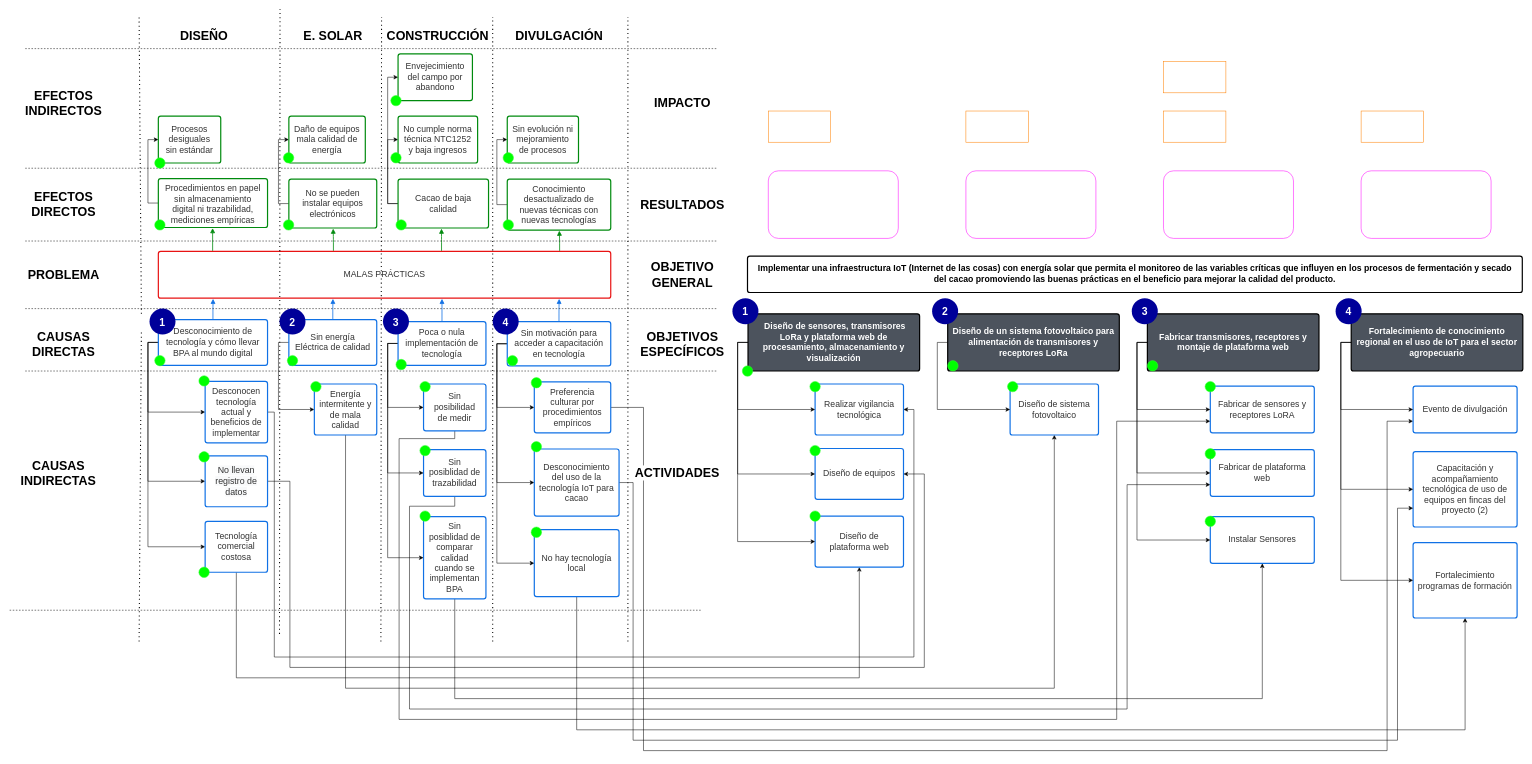
Before: page "Arbol de problemas" (1 of 2) of Diagrama sin título.drawio in LeonDV/documentacion, a draw.io diagram. Source tidied: cells renumbered, new cells numbered last; positions are measured from the earlier drawing's top-left corner, leaving out a move shared by most shapes. Both pictures are drawn from the tidied source at 52%, with x=0, y=0 at pixel (9, 9).
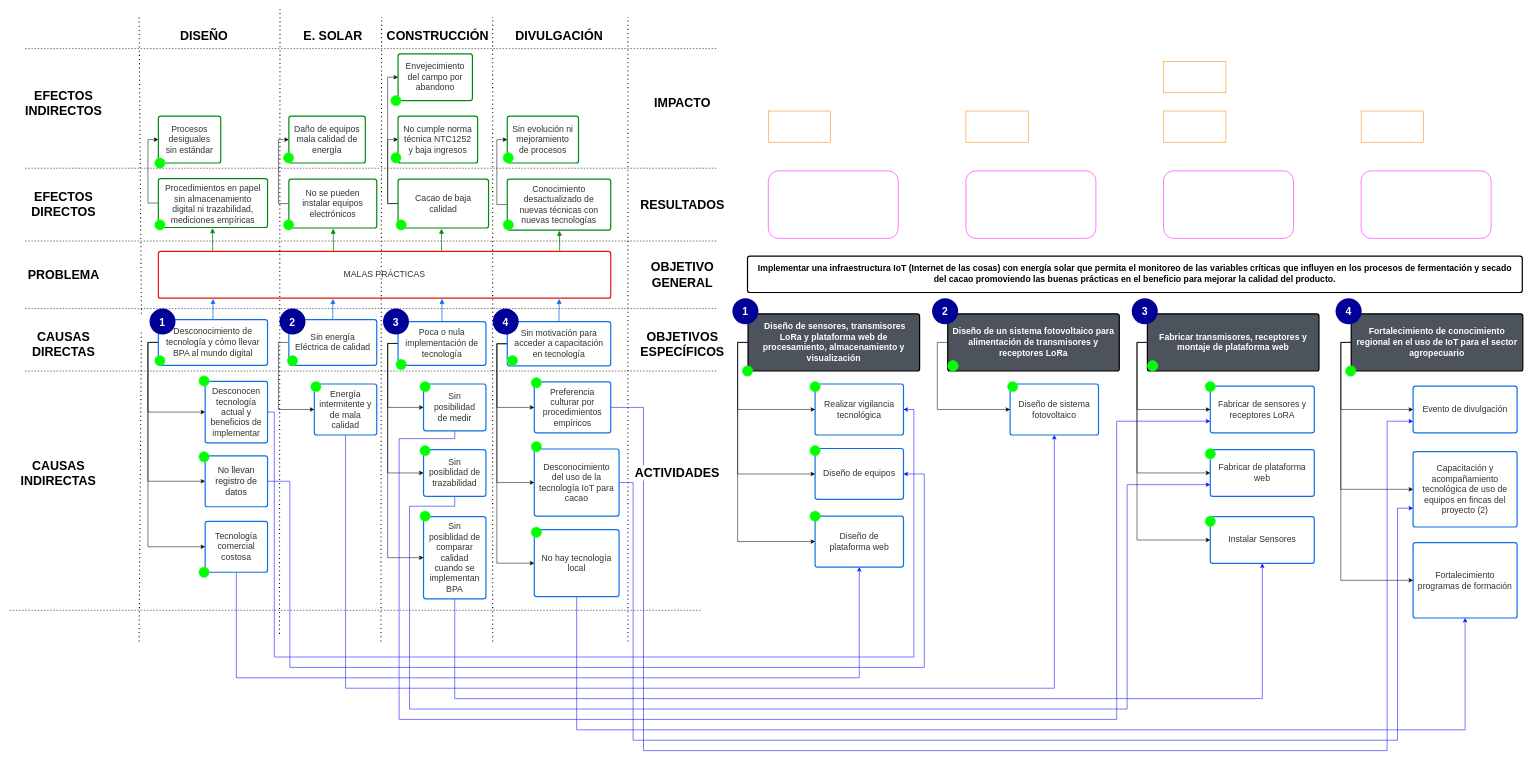
The same page after the edit.

The change refers to these unchanged cells:
```xml
<mxCell id="18" value="&lt;span style=&quot;color: rgb(51, 51, 51); font-family: Helvetica; font-size: 17px; font-style: normal; font-variant-ligatures: normal; font-variant-caps: normal; font-weight: 400; letter-spacing: normal; orphans: 2; text-align: center; text-indent: 0px; text-transform: none; widows: 2; word-spacing: 0px; -webkit-text-stroke-width: 0px; background-color: rgb(248, 249, 250); text-decoration-thickness: initial; text-decoration-style: initial; text-decoration-color: initial; float: none; display: inline !important;&quot;&gt;No llevan registro de datos&lt;/span&gt;&lt;br&gt;" style="html=1;overflow=block;blockSpacing=1;whiteSpace=wrap;fontSize=16.7;fontColor=#333333;align=center;spacing=9;strokeColor=#1071e5;strokeOpacity=100;rounded=1;absoluteArcSize=1;arcSize=9;strokeWidth=2.3;" parent="1" vertex="1">
  <mxGeometry x="377" y="859" width="120" height="98" as="geometry" />
</mxCell>
<mxCell id="20" value="Sin posiblidad de trazabilidad" style="html=1;overflow=block;blockSpacing=1;whiteSpace=wrap;fontSize=16.7;fontColor=#333333;align=center;spacing=9;strokeColor=#1071e5;strokeOpacity=100;rounded=1;absoluteArcSize=1;arcSize=9;strokeWidth=2.3;" parent="1" vertex="1">
  <mxGeometry x="797" y="847" width="120" height="90" as="geometry" />
</mxCell>
<mxCell id="22" value="Energía intermitente y de mala calidad" style="html=1;overflow=block;blockSpacing=1;whiteSpace=wrap;fontSize=16.7;fontColor=#333333;align=center;spacing=9;strokeColor=#1071e5;strokeOpacity=100;rounded=1;absoluteArcSize=1;arcSize=9;strokeWidth=2.3;" parent="1" vertex="1">
  <mxGeometry x="587" y="721" width="120" height="98" as="geometry" />
</mxCell>
<mxCell id="24" value="Sin posibilidad de medir" style="html=1;overflow=block;blockSpacing=1;whiteSpace=wrap;fontSize=16.7;fontColor=#333333;align=center;spacing=9;strokeColor=#1071e5;strokeOpacity=100;rounded=1;absoluteArcSize=1;arcSize=9;strokeWidth=2.3;" parent="1" vertex="1">
  <mxGeometry x="797" y="721" width="120" height="90" as="geometry" />
</mxCell>
<mxCell id="26" value="Sin posiblidad de comparar calidad cuando se implementan BPA" style="html=1;overflow=block;blockSpacing=1;whiteSpace=wrap;fontSize=16.7;fontColor=#333333;align=center;spacing=9;strokeColor=#1071e5;strokeOpacity=100;rounded=1;absoluteArcSize=1;arcSize=9;strokeWidth=2.3;" parent="1" vertex="1">
  <mxGeometry x="797" y="976" width="120" height="158" as="geometry" />
</mxCell>
<mxCell id="28" value="Preferencia culturar por procedimientos empíricos" style="html=1;overflow=block;blockSpacing=1;whiteSpace=wrap;fontSize=16.7;fontColor=#333333;align=center;spacing=9;strokeColor=#1071e5;strokeOpacity=100;rounded=1;absoluteArcSize=1;arcSize=9;strokeWidth=2.3;" parent="1" vertex="1">
  <mxGeometry x="1010" y="717" width="147" height="98" as="geometry" />
</mxCell>
<mxCell id="91" value="Tecnología comercial costosa" style="html=1;overflow=block;blockSpacing=1;whiteSpace=wrap;fontSize=16.7;fontColor=#333333;align=center;spacing=9;strokeColor=#1071e5;strokeOpacity=100;rounded=1;absoluteArcSize=1;arcSize=9;strokeWidth=2.3;" parent="1" vertex="1">
  <mxGeometry x="377" y="985" width="120" height="98" as="geometry" />
</mxCell>
<mxCell id="92" value="Diseño de equipos" style="html=1;overflow=block;blockSpacing=1;whiteSpace=wrap;fontSize=16.7;fontColor=#333333;align=center;spacing=9;strokeColor=#1071e5;strokeOpacity=100;rounded=1;absoluteArcSize=1;arcSize=9;strokeWidth=2.3;" parent="1" vertex="1">
  <mxGeometry x="1550" y="845" width="170" height="98" as="geometry" />
</mxCell>
<mxCell id="93" value="Diseño de plataforma web" style="html=1;overflow=block;blockSpacing=1;whiteSpace=wrap;fontSize=16.7;fontColor=#333333;align=center;spacing=9;strokeColor=#1071e5;strokeOpacity=100;rounded=1;absoluteArcSize=1;arcSize=9;strokeWidth=2.3;" parent="1" vertex="1">
  <mxGeometry x="1550" y="975" width="170" height="98" as="geometry" />
</mxCell>
<mxCell id="96" value="Diseño de sistema fotovoltaico" style="html=1;overflow=block;blockSpacing=1;whiteSpace=wrap;fontSize=16.7;fontColor=#333333;align=center;spacing=9;strokeColor=#1071e5;strokeOpacity=100;rounded=1;absoluteArcSize=1;arcSize=9;strokeWidth=2.3;" parent="1" vertex="1">
  <mxGeometry x="1925" y="721" width="170" height="98" as="geometry" />
</mxCell>
<mxCell id="98" value="Fabricar de sensores y receptores LoRA" style="html=1;overflow=block;blockSpacing=1;whiteSpace=wrap;fontSize=16.7;fontColor=#333333;align=center;spacing=9;strokeColor=#1071e5;strokeOpacity=100;rounded=1;absoluteArcSize=1;arcSize=9;strokeWidth=2.3;" parent="1" vertex="1">
  <mxGeometry x="2310" y="725" width="200" height="90" as="geometry" />
</mxCell>
<mxCell id="99" value="Fabricar de plataforma web" style="html=1;overflow=block;blockSpacing=1;whiteSpace=wrap;fontSize=16.7;fontColor=#333333;align=center;spacing=9;strokeColor=#1071e5;strokeOpacity=100;rounded=1;absoluteArcSize=1;arcSize=9;strokeWidth=2.3;" parent="1" vertex="1">
  <mxGeometry x="2310" y="847" width="200" height="90" as="geometry" />
</mxCell>
<mxCell id="102" value="Evento de divulgación" style="html=1;overflow=block;blockSpacing=1;whiteSpace=wrap;fontSize=16.7;fontColor=#333333;align=center;spacing=9;strokeColor=#1071e5;strokeOpacity=100;rounded=1;absoluteArcSize=1;arcSize=9;strokeWidth=2.3;" parent="1" vertex="1">
  <mxGeometry x="2700" y="725" width="200" height="90" as="geometry" />
</mxCell>
<mxCell id="110" value="Capacitación y acompañamiento tecnológica de uso de equipos en fincas del proyecto (2)" style="html=1;overflow=block;blockSpacing=1;whiteSpace=wrap;fontSize=16.7;fontColor=#333333;align=center;spacing=9;strokeColor=#1071e5;strokeOpacity=100;rounded=1;absoluteArcSize=1;arcSize=9;strokeWidth=2.3;" parent="1" vertex="1">
  <mxGeometry x="2700" y="851" width="200" height="145" as="geometry" />
</mxCell>
<mxCell id="112" value="Instalar Sensores" style="html=1;overflow=block;blockSpacing=1;whiteSpace=wrap;fontSize=16.7;fontColor=#333333;align=center;spacing=9;strokeColor=#1071e5;strokeOpacity=100;rounded=1;absoluteArcSize=1;arcSize=9;strokeWidth=2.3;" parent="1" vertex="1">
  <mxGeometry x="2310" y="976" width="200" height="90" as="geometry" />
</mxCell>
<mxCell id="115" value="Desconocimiento del uso de la tecnología IoT para cacao" style="html=1;overflow=block;blockSpacing=1;whiteSpace=wrap;fontSize=16.7;fontColor=#333333;align=center;spacing=9;strokeColor=#1071e5;strokeOpacity=100;rounded=1;absoluteArcSize=1;arcSize=9;strokeWidth=2.3;" parent="1" vertex="1">
  <mxGeometry x="1010" y="846" width="163" height="129" as="geometry" />
</mxCell>
<mxCell id="116" value="Realizar vigilancia tecnológica" style="html=1;overflow=block;blockSpacing=1;whiteSpace=wrap;fontSize=16.7;fontColor=#333333;align=center;spacing=9;strokeColor=#1071e5;strokeOpacity=100;rounded=1;absoluteArcSize=1;arcSize=9;strokeWidth=2.3;" parent="1" vertex="1">
  <mxGeometry x="1550" y="721" width="170" height="98" as="geometry" />
</mxCell>
<mxCell id="119" value="Desconocen tecnología actual y beneficios de implementar" style="html=1;overflow=block;blockSpacing=1;whiteSpace=wrap;fontSize=16.7;fontColor=#333333;align=center;spacing=9;strokeColor=#1071e5;strokeOpacity=100;rounded=1;absoluteArcSize=1;arcSize=9;strokeWidth=2.3;" parent="1" vertex="1">
  <mxGeometry x="377" y="716" width="120" height="118" as="geometry" />
</mxCell>
<mxCell id="130" value="No hay tecnología local" style="html=1;overflow=block;blockSpacing=1;whiteSpace=wrap;fontSize=16.7;fontColor=#333333;align=center;spacing=9;strokeColor=#1071e5;strokeOpacity=100;rounded=1;absoluteArcSize=1;arcSize=9;strokeWidth=2.3;" parent="1" vertex="1">
  <mxGeometry x="1010" y="1001" width="163" height="129" as="geometry" />
</mxCell>
<mxCell id="131" value="Fortalecimiento programas de formación" style="html=1;overflow=block;blockSpacing=1;whiteSpace=wrap;fontSize=16.7;fontColor=#333333;align=center;spacing=9;strokeColor=#1071e5;strokeOpacity=100;rounded=1;absoluteArcSize=1;arcSize=9;strokeWidth=2.3;" parent="1" vertex="1">
  <mxGeometry x="2700" y="1026" width="200" height="145" as="geometry" />
</mxCell>
```

Diff of the diagram source:
```diff
@@
-    <mxCell id="17" style="edgeStyle=orthogonalEdgeStyle;rounded=0;jettySize=auto;html=1;exitX=1;exitY=0.5;exitDx=0;exitDy=0;entryX=1;entryY=0.5;entryDx=0;entryDy=0;fontFamily=Helvetica;fontSize=12;fontColor=default;" parent="1" edge="1" source="18" target="92">
+    <mxCell id="17" style="edgeStyle=orthogonalEdgeStyle;rounded=0;jettySize=auto;html=1;exitX=1;exitY=0.5;exitDx=0;exitDy=0;entryX=1;entryY=0.5;entryDx=0;entryDy=0;fontFamily=Helvetica;fontSize=12;fontColor=default;strokeColor=#0000FF;" parent="1" edge="1" source="18" target="92">
       <mxGeometry relative="1" as="geometry">
         <Array as="points">
           <mxPoint x="540" y="908" />
           <mxPoint x="540" y="1266" />
           <mxPoint x="1760" y="1266" />
           <mxPoint x="1760" y="894" />
         </Array>
       </mxGeometry>
     </mxCell>
@@
-    <mxCell id="19" style="edgeStyle=orthogonalEdgeStyle;rounded=0;jettySize=auto;html=1;exitX=0.5;exitY=1;exitDx=0;exitDy=0;entryX=0;entryY=0.75;entryDx=0;entryDy=0;fontFamily=Helvetica;fontSize=12;fontColor=default;" parent="1" edge="1" source="20" target="99">
+    <mxCell id="19" style="edgeStyle=orthogonalEdgeStyle;rounded=0;jettySize=auto;html=1;exitX=0.5;exitY=1;exitDx=0;exitDy=0;entryX=0;entryY=0.75;entryDx=0;entryDy=0;fontFamily=Helvetica;fontSize=12;fontColor=default;strokeColor=#0000FF;" parent="1" edge="1" source="20" target="99">
       <mxGeometry relative="1" as="geometry">
         <Array as="points">
           <mxPoint x="857" y="956" />
           <mxPoint x="770" y="956" />
           <mxPoint x="770" y="1346" />
           <mxPoint x="2150" y="1346" />
           <mxPoint x="2150" y="915" />
         </Array>
       </mxGeometry>
     </mxCell>
@@
-    <mxCell id="21" style="edgeStyle=orthogonalEdgeStyle;rounded=0;jettySize=auto;html=1;exitX=0.5;exitY=1;exitDx=0;exitDy=0;entryX=0.5;entryY=1;entryDx=0;entryDy=0;fontFamily=Helvetica;fontSize=12;fontColor=default;" parent="1" edge="1" source="22" target="96">
+    <mxCell id="21" style="edgeStyle=orthogonalEdgeStyle;rounded=0;jettySize=auto;html=1;exitX=0.5;exitY=1;exitDx=0;exitDy=0;entryX=0.5;entryY=1;entryDx=0;entryDy=0;fontFamily=Helvetica;fontSize=12;fontColor=default;strokeColor=#0000FF;" parent="1" edge="1" source="22" target="96">
       <mxGeometry relative="1" as="geometry">
         <Array as="points">
           <mxPoint x="647" y="1306" />
           <mxPoint x="2010" y="1306" />
         </Array>
       </mxGeometry>
     </mxCell>
@@
-    <mxCell id="23" style="edgeStyle=orthogonalEdgeStyle;rounded=0;jettySize=auto;html=1;exitX=0.5;exitY=1;exitDx=0;exitDy=0;entryX=0;entryY=0.75;entryDx=0;entryDy=0;fontFamily=Helvetica;fontSize=12;fontColor=default;" parent="1" edge="1" source="24" target="98">
+    <mxCell id="23" style="edgeStyle=orthogonalEdgeStyle;rounded=0;jettySize=auto;html=1;exitX=0.5;exitY=1;exitDx=0;exitDy=0;entryX=0;entryY=0.75;entryDx=0;entryDy=0;fontFamily=Helvetica;fontSize=12;fontColor=default;strokeColor=#0000FF;" parent="1" edge="1" source="24" target="98">
       <mxGeometry relative="1" as="geometry">
         <Array as="points">
           <mxPoint x="857" y="826" />
           <mxPoint x="750" y="826" />
           <mxPoint x="750" y="1366" />
           <mxPoint x="2130" y="1366" />
           <mxPoint x="2130" y="793" />
         </Array>
       </mxGeometry>
     </mxCell>
@@
-    <mxCell id="25" style="edgeStyle=orthogonalEdgeStyle;rounded=0;jettySize=auto;html=1;exitX=0.5;exitY=1;exitDx=0;exitDy=0;entryX=0.5;entryY=1;entryDx=0;entryDy=0;fontFamily=Helvetica;fontSize=12;fontColor=default;" parent="1" edge="1" source="26" target="112">
+    <mxCell id="25" style="edgeStyle=orthogonalEdgeStyle;rounded=0;jettySize=auto;html=1;exitX=0.5;exitY=1;exitDx=0;exitDy=0;entryX=0.5;entryY=1;entryDx=0;entryDy=0;fontFamily=Helvetica;fontSize=12;fontColor=default;strokeColor=#0000FF;" parent="1" edge="1" source="26" target="112">
       <mxGeometry relative="1" as="geometry">
         <Array as="points">
           <mxPoint x="857" y="1326" />
           <mxPoint x="2410" y="1326" />
         </Array>
       </mxGeometry>
     </mxCell>
@@
-    <mxCell id="27" style="edgeStyle=orthogonalEdgeStyle;rounded=0;jettySize=auto;html=1;exitX=1;exitY=0.5;exitDx=0;exitDy=0;entryX=0;entryY=0.75;entryDx=0;entryDy=0;fontFamily=Helvetica;fontSize=12;fontColor=default;" parent="1" edge="1" source="28" target="102">
+    <mxCell id="27" style="edgeStyle=orthogonalEdgeStyle;rounded=0;jettySize=auto;html=1;exitX=1;exitY=0.5;exitDx=0;exitDy=0;entryX=0;entryY=0.75;entryDx=0;entryDy=0;fontFamily=Helvetica;fontSize=12;fontColor=default;strokeColor=#0000FF;" parent="1" edge="1" source="28" target="102">
       <mxGeometry relative="1" as="geometry">
         <Array as="points">
           <mxPoint x="1220" y="766" />
           <mxPoint x="1220" y="1426" />
           <mxPoint x="2650" y="1426" />
           <mxPoint x="2650" y="793" />
         </Array>
       </mxGeometry>
     </mxCell>
@@
     <mxCell id="87" style="group;" parent="1" vertex="1">
-      <mxGeometry x="2551" y="556" width="360" height="140" as="geometry" />
+      <mxGeometry x="2551" y="556" width="360" height="150" as="geometry" />
     </mxCell>
@@
+    <mxCell id="164" style="ellipse;whiteSpace=wrap;html=1;labelBackgroundColor=default;strokeColor=#33FF33;fontFamily=Helvetica;fontSize=12;fontColor=default;fillColor=#00FF00;" parent="87" vertex="1">
+      <mxGeometry x="19" y="130" width="20" height="20" as="geometry" />
+    </mxCell>
-    <mxCell id="90" style="edgeStyle=orthogonalEdgeStyle;rounded=0;jettySize=auto;html=1;exitX=0.5;exitY=1;exitDx=0;exitDy=0;entryX=0.5;entryY=1;entryDx=0;entryDy=0;fontFamily=Helvetica;fontSize=12;fontColor=default;" parent="1" edge="1" source="91" target="93">
+    <mxCell id="90" style="edgeStyle=orthogonalEdgeStyle;rounded=0;jettySize=auto;html=1;exitX=0.5;exitY=1;exitDx=0;exitDy=0;entryX=0.5;entryY=1;entryDx=0;entryDy=0;fontFamily=Helvetica;fontSize=12;fontColor=default;strokeColor=#0000FF;" parent="1" edge="1" source="91" target="93">
       <mxGeometry relative="1" as="geometry">
         <Array as="points">
           <mxPoint x="437" y="1286" />
           <mxPoint x="1635" y="1286" />
         </Array>
       </mxGeometry>
     </mxCell>
@@
-    <mxCell id="114" style="edgeStyle=orthogonalEdgeStyle;rounded=0;jettySize=auto;html=1;exitX=1;exitY=0.5;exitDx=0;exitDy=0;entryX=0;entryY=0.75;entryDx=0;entryDy=0;fontFamily=Helvetica;fontSize=12;fontColor=default;" parent="1" edge="1" source="115" target="110">
+    <mxCell id="114" style="edgeStyle=orthogonalEdgeStyle;rounded=0;jettySize=auto;html=1;exitX=1;exitY=0.5;exitDx=0;exitDy=0;entryX=0;entryY=0.75;entryDx=0;entryDy=0;fontFamily=Helvetica;fontSize=12;fontColor=default;strokeColor=#0000FF;" parent="1" edge="1" source="115" target="110">
       <mxGeometry relative="1" as="geometry">
         <Array as="points">
           <mxPoint x="1200" y="911" />
           <mxPoint x="1200" y="1406" />
           <mxPoint x="2670" y="1406" />
           <mxPoint x="2670" y="960" />
         </Array>
       </mxGeometry>
     </mxCell>
@@
-    <mxCell id="118" style="edgeStyle=orthogonalEdgeStyle;rounded=0;jettySize=auto;html=1;exitX=1;exitY=0.5;exitDx=0;exitDy=0;entryX=1;entryY=0.5;entryDx=0;entryDy=0;fontFamily=Helvetica;fontSize=12;fontColor=default;" parent="1" edge="1" source="119" target="116">
+    <mxCell id="118" style="edgeStyle=orthogonalEdgeStyle;rounded=0;jettySize=auto;html=1;exitX=1;exitY=0.5;exitDx=0;exitDy=0;entryX=1;entryY=0.5;entryDx=0;entryDy=0;fontFamily=Helvetica;fontSize=12;fontColor=default;strokeColor=#0000FF;" parent="1" edge="1" source="119" target="116">
       <mxGeometry relative="1" as="geometry">
         <Array as="points">
           <mxPoint x="510" y="775" />
           <mxPoint x="510" y="1246" />
           <mxPoint x="1740" y="1246" />
           <mxPoint x="1740" y="770" />
         </Array>
       </mxGeometry>
     </mxCell>
@@
-    <mxCell id="129" style="edgeStyle=orthogonalEdgeStyle;rounded=0;jettySize=auto;html=1;exitX=0.5;exitY=1;exitDx=0;exitDy=0;entryX=0.5;entryY=1;entryDx=0;entryDy=0;fontFamily=Helvetica;fontSize=12;fontColor=default;" parent="1" edge="1" source="130" target="131">
+    <mxCell id="129" style="edgeStyle=orthogonalEdgeStyle;rounded=0;jettySize=auto;html=1;exitX=0.5;exitY=1;exitDx=0;exitDy=0;entryX=0.5;entryY=1;entryDx=0;entryDy=0;fontFamily=Helvetica;fontSize=12;fontColor=default;strokeColor=#0000FF;" parent="1" edge="1" source="130" target="131">
       <mxGeometry relative="1" as="geometry">
         <Array as="points">
           <mxPoint x="1092" y="1386" />
           <mxPoint x="2800" y="1386" />
         </Array>
       </mxGeometry>
     </mxCell>
```
